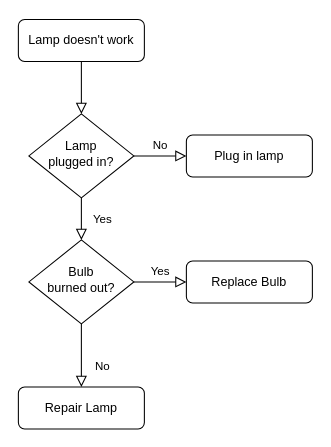
This is Untitled Diagram.drawio from fathergoose/diagrams, a draw.io file, before an edit. Source tidied: cells renumbered, new cells numbered last; positions are measured from the earlier drawing's top-left corner, leaving out a move shared by most shapes. Both pictures are drawn from the tidied source at 105%, with x=0, y=0 at pixel (18, 19).
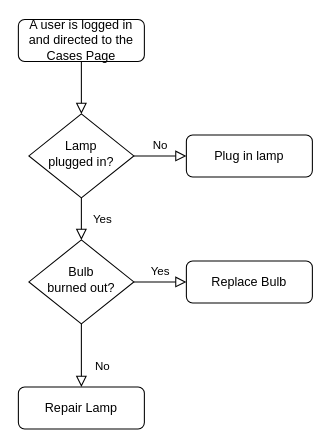
Above is the later version.

The edit, as a diff of the source:
```diff
@@
 <mxGraphModel>
   <root>
     <mxCell id="0" />
     <mxCell id="1" parent="0" />
     <mxCell id="2" style="rounded=0;html=1;jettySize=auto;fontSize=11;endArrow=block;endFill=0;endSize=8;strokeWidth=1;shadow=0;labelBackgroundColor=none;edgeStyle=orthogonalEdgeStyle;" parent="1" edge="1" source="3" target="6">
       <mxGeometry relative="1" as="geometry" />
     </mxCell>
-    <mxCell id="3" value="Lamp doesn't work" style="rounded=1;whiteSpace=wrap;html=1;fontSize=12;glass=0;strokeWidth=1;shadow=0;" parent="1" vertex="1">
+    <mxCell id="3" value="A user is logged in and directed to the Cases Page" style="rounded=1;whiteSpace=wrap;html=1;fontSize=12;glass=0;strokeWidth=1;shadow=0;" parent="1" vertex="1">
       <mxGeometry width="120" height="40" as="geometry" />
     </mxCell>
     <mxCell id="4" value="Yes" style="rounded=0;html=1;jettySize=auto;fontSize=11;endArrow=block;endFill=0;endSize=8;strokeWidth=1;shadow=0;labelBackgroundColor=none;edgeStyle=orthogonalEdgeStyle;" parent="1" edge="1" source="6" target="10">
       <mxGeometry y="20" relative="1" as="geometry" />
     </mxCell>
     <mxCell id="5" value="No" style="edgeStyle=orthogonalEdgeStyle;rounded=0;html=1;jettySize=auto;fontSize=11;endArrow=block;endFill=0;endSize=8;strokeWidth=1;shadow=0;labelBackgroundColor=none;" parent="1" edge="1" source="6" target="7">
       <mxGeometry y="10" relative="1" as="geometry" />
     </mxCell>
     <mxCell id="6" value="Lamp&lt;br&gt;plugged in?" style="rhombus;whiteSpace=wrap;html=1;shadow=0;fontFamily=Helvetica;fontSize=12;align=center;strokeWidth=1;spacing=6;spacingTop=-4;" parent="1" vertex="1">
       <mxGeometry x="10" y="90" width="100" height="80" as="geometry" />
     </mxCell>
     <mxCell id="7" value="Plug in lamp" style="rounded=1;whiteSpace=wrap;html=1;fontSize=12;glass=0;strokeWidth=1;shadow=0;" parent="1" vertex="1">
       <mxGeometry x="160" y="110" width="120" height="40" as="geometry" />
     </mxCell>
     <mxCell id="8" value="No" style="rounded=0;html=1;jettySize=auto;fontSize=11;endArrow=block;endFill=0;endSize=8;strokeWidth=1;shadow=0;labelBackgroundColor=none;edgeStyle=orthogonalEdgeStyle;" parent="1" edge="1" source="10" target="11">
       <mxGeometry x="0.33" y="20" relative="1" as="geometry" />
     </mxCell>
     <mxCell id="9" value="Yes" style="edgeStyle=orthogonalEdgeStyle;rounded=0;html=1;jettySize=auto;fontSize=11;endArrow=block;endFill=0;endSize=8;strokeWidth=1;shadow=0;labelBackgroundColor=none;" parent="1" edge="1" source="10" target="12">
       <mxGeometry y="10" relative="1" as="geometry" />
     </mxCell>
     <mxCell id="10" value="Bulb&lt;br&gt;burned out?" style="rhombus;whiteSpace=wrap;html=1;shadow=0;fontFamily=Helvetica;fontSize=12;align=center;strokeWidth=1;spacing=6;spacingTop=-4;" parent="1" vertex="1">
       <mxGeometry x="10" y="210" width="100" height="80" as="geometry" />
     </mxCell>
     <mxCell id="11" value="Repair Lamp" style="rounded=1;whiteSpace=wrap;html=1;fontSize=12;glass=0;strokeWidth=1;shadow=0;" parent="1" vertex="1">
       <mxGeometry y="350" width="120" height="40" as="geometry" />
     </mxCell>
     <mxCell id="12" value="Replace Bulb" style="rounded=1;whiteSpace=wrap;html=1;fontSize=12;glass=0;strokeWidth=1;shadow=0;" parent="1" vertex="1">
       <mxGeometry x="160" y="230" width="120" height="40" as="geometry" />
     </mxCell>
   </root>
 </mxGraphModel>
```
